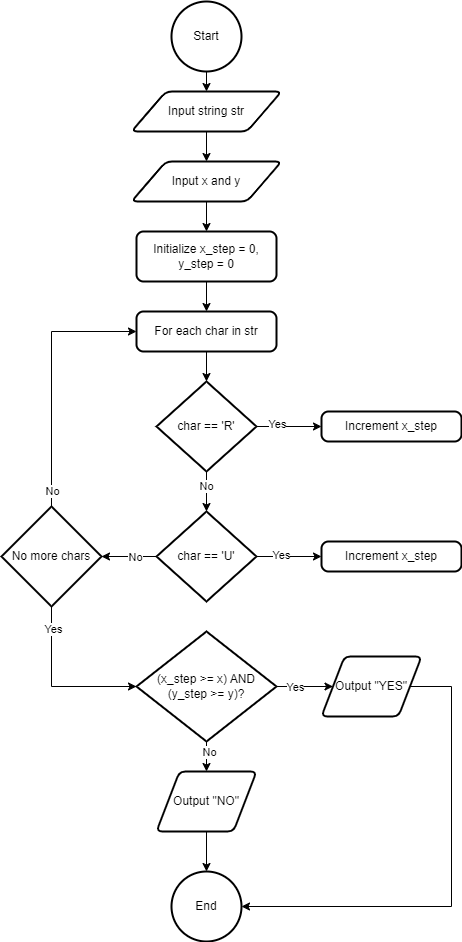
Earlier version of the draw.io export ai_12/olesia_kostak/epic_7/Flowcharts/Flowchart8.png (artificial-intelligence-department/ai_programming_playground_2024). Source tidied: cells renumbered, new cells last; positions are measured from the earlier drawing's top-left corner, leaving out a move shared by most shapes. Source of this version:
```xml
<mxGraphModel>
  <root>
    <mxCell id="0" />
    <mxCell id="1" parent="0" />
    <mxCell id="2" style="edgeStyle=orthogonalEdgeStyle;rounded=0;jettySize=auto;html=1;exitX=0.5;exitY=1;exitDx=0;exitDy=0;exitPerimeter=0;entryX=0.5;entryY=0;entryDx=0;entryDy=0;" parent="1" edge="1" source="3" target="6">
      <mxGeometry relative="1" as="geometry" />
    </mxCell>
    <mxCell id="3" value="Start" style="strokeWidth=2;html=1;shape=mxgraph.flowchart.start_2;whiteSpace=wrap;" parent="1" vertex="1">
      <mxGeometry x="170" width="70" height="70" as="geometry" />
    </mxCell>
    <mxCell id="4" value="End" style="strokeWidth=2;html=1;shape=mxgraph.flowchart.start_2;whiteSpace=wrap;" parent="1" vertex="1">
      <mxGeometry x="170" y="870" width="70" height="70" as="geometry" />
    </mxCell>
    <mxCell id="5" style="edgeStyle=orthogonalEdgeStyle;rounded=0;jettySize=auto;html=1;exitX=0.5;exitY=1;exitDx=0;exitDy=0;entryX=0.5;entryY=0;entryDx=0;entryDy=0;" parent="1" edge="1" source="6" target="8">
      <mxGeometry relative="1" as="geometry" />
    </mxCell>
    <mxCell id="6" value="Input string str" style="shape=parallelogram;html=1;strokeWidth=2;perimeter=parallelogramPerimeter;whiteSpace=wrap;rounded=1;arcSize=12;size=0.23;" parent="1" vertex="1">
      <mxGeometry x="130" y="90" width="150" height="40" as="geometry" />
    </mxCell>
    <mxCell id="7" style="edgeStyle=orthogonalEdgeStyle;rounded=0;jettySize=auto;html=1;exitX=0.5;exitY=1;exitDx=0;exitDy=0;" parent="1" edge="1" source="8" target="10">
      <mxGeometry relative="1" as="geometry" />
    </mxCell>
    <mxCell id="8" value="Input x and y" style="shape=parallelogram;html=1;strokeWidth=2;perimeter=parallelogramPerimeter;whiteSpace=wrap;rounded=1;arcSize=12;size=0.23;" parent="1" vertex="1">
      <mxGeometry x="130" y="160" width="150" height="40" as="geometry" />
    </mxCell>
    <mxCell id="9" style="edgeStyle=orthogonalEdgeStyle;rounded=0;jettySize=auto;html=1;exitX=0.5;exitY=1;exitDx=0;exitDy=0;entryX=0.5;entryY=0;entryDx=0;entryDy=0;" parent="1" edge="1" source="10" target="12">
      <mxGeometry relative="1" as="geometry" />
    </mxCell>
    <mxCell id="10" value="Initialize x_step = 0, y_step = 0" style="rounded=1;whiteSpace=wrap;html=1;absoluteArcSize=1;arcSize=14;strokeWidth=2;" parent="1" vertex="1">
      <mxGeometry x="135" y="230" width="140" height="50" as="geometry" />
    </mxCell>
    <mxCell id="11" style="edgeStyle=orthogonalEdgeStyle;rounded=0;jettySize=auto;html=1;exitX=0.5;exitY=1;exitDx=0;exitDy=0;" parent="1" edge="1" source="12" target="15">
      <mxGeometry relative="1" as="geometry" />
    </mxCell>
    <mxCell id="12" value="For each char in str" style="rounded=1;whiteSpace=wrap;html=1;absoluteArcSize=1;arcSize=14;strokeWidth=2;" parent="1" vertex="1">
      <mxGeometry x="135" y="310" width="140" height="40" as="geometry" />
    </mxCell>
    <mxCell id="13" style="edgeStyle=orthogonalEdgeStyle;rounded=0;jettySize=auto;html=1;exitX=1;exitY=0.5;exitDx=0;exitDy=0;exitPerimeter=0;entryX=0;entryY=0.5;entryDx=0;entryDy=0;" parent="1" edge="1" source="15" target="16">
      <mxGeometry relative="1" as="geometry" />
    </mxCell>
    <mxCell id="14" value="Yes" style="edgeLabel;html=1;align=center;verticalAlign=middle;" parent="13" vertex="1">
      <mxGeometry x="-0.36" y="3" relative="1" as="geometry" />
    </mxCell>
    <mxCell id="15" value="char == 'R'" style="strokeWidth=2;html=1;shape=mxgraph.flowchart.decision;whiteSpace=wrap;" parent="1" vertex="1">
      <mxGeometry x="155" y="380" width="100" height="90" as="geometry" />
    </mxCell>
    <mxCell id="16" value="Increment x_step" style="rounded=1;whiteSpace=wrap;html=1;absoluteArcSize=1;arcSize=14;strokeWidth=2;" parent="1" vertex="1">
      <mxGeometry x="320" y="410" width="140" height="30" as="geometry" />
    </mxCell>
    <mxCell id="17" style="edgeStyle=orthogonalEdgeStyle;rounded=0;jettySize=auto;html=1;exitX=1;exitY=0.5;exitDx=0;exitDy=0;exitPerimeter=0;entryX=0;entryY=0.5;entryDx=0;entryDy=0;" parent="1" edge="1" source="19" target="22">
      <mxGeometry relative="1" as="geometry" />
    </mxCell>
    <mxCell id="18" value="Yes" style="edgeLabel;html=1;align=center;verticalAlign=middle;" parent="17" vertex="1">
      <mxGeometry x="-0.27" y="2" relative="1" as="geometry" />
    </mxCell>
    <mxCell id="19" value="char == 'U'" style="strokeWidth=2;html=1;shape=mxgraph.flowchart.decision;whiteSpace=wrap;" parent="1" vertex="1">
      <mxGeometry x="155" y="510" width="100" height="90" as="geometry" />
    </mxCell>
    <mxCell id="20" style="edgeStyle=orthogonalEdgeStyle;rounded=0;jettySize=auto;html=1;exitX=0.5;exitY=1;exitDx=0;exitDy=0;exitPerimeter=0;entryX=0.5;entryY=0;entryDx=0;entryDy=0;entryPerimeter=0;" parent="1" edge="1" source="15" target="19">
      <mxGeometry relative="1" as="geometry" />
    </mxCell>
    <mxCell id="21" value="No" style="edgeLabel;html=1;align=center;verticalAlign=middle;" parent="20" vertex="1">
      <mxGeometry x="-0.27" y="-1" relative="1" as="geometry" />
    </mxCell>
    <mxCell id="22" value="Increment x_step" style="rounded=1;whiteSpace=wrap;html=1;absoluteArcSize=1;arcSize=14;strokeWidth=2;" parent="1" vertex="1">
      <mxGeometry x="320" y="540" width="140" height="30" as="geometry" />
    </mxCell>
    <mxCell id="23" style="edgeStyle=orthogonalEdgeStyle;rounded=0;jettySize=auto;html=1;exitX=0.5;exitY=0;exitDx=0;exitDy=0;exitPerimeter=0;entryX=0;entryY=0.5;entryDx=0;entryDy=0;" parent="1" edge="1" source="25" target="12">
      <mxGeometry relative="1" as="geometry" />
    </mxCell>
    <mxCell id="24" value="No" style="edgeLabel;html=1;align=center;verticalAlign=middle;" parent="23" vertex="1">
      <mxGeometry x="-0.87" relative="1" as="geometry" />
    </mxCell>
    <mxCell id="25" value="No more chars" style="strokeWidth=2;html=1;shape=mxgraph.flowchart.decision;whiteSpace=wrap;" parent="1" vertex="1">
      <mxGeometry y="505" width="100" height="100" as="geometry" />
    </mxCell>
    <mxCell id="26" style="edgeStyle=orthogonalEdgeStyle;rounded=0;jettySize=auto;html=1;exitX=0;exitY=0.5;exitDx=0;exitDy=0;exitPerimeter=0;entryX=1;entryY=0.5;entryDx=0;entryDy=0;entryPerimeter=0;" parent="1" edge="1" source="19" target="25">
      <mxGeometry relative="1" as="geometry" />
    </mxCell>
    <mxCell id="27" value="No" style="edgeLabel;html=1;align=center;verticalAlign=middle;" parent="26" vertex="1">
      <mxGeometry x="-0.22" relative="1" as="geometry" />
    </mxCell>
    <mxCell id="28" style="edgeStyle=orthogonalEdgeStyle;rounded=0;jettySize=auto;html=1;exitX=1;exitY=0.5;exitDx=0;exitDy=0;exitPerimeter=0;entryX=0;entryY=0.5;entryDx=0;entryDy=0;" parent="1" edge="1" source="32" target="35">
      <mxGeometry relative="1" as="geometry" />
    </mxCell>
    <mxCell id="29" value="Yes" style="edgeLabel;html=1;align=center;verticalAlign=middle;" parent="28" vertex="1">
      <mxGeometry x="-0.38" y="-4" relative="1" as="geometry">
        <mxPoint y="-4" as="offset" />
      </mxGeometry>
    </mxCell>
    <mxCell id="30" style="edgeStyle=orthogonalEdgeStyle;rounded=0;jettySize=auto;html=1;exitX=0.5;exitY=1;exitDx=0;exitDy=0;exitPerimeter=0;entryX=0.5;entryY=0;entryDx=0;entryDy=0;" parent="1" edge="1" source="32" target="36">
      <mxGeometry relative="1" as="geometry" />
    </mxCell>
    <mxCell id="31" value="No" style="edgeLabel;html=1;align=center;verticalAlign=middle;" parent="30" vertex="1">
      <mxGeometry x="-0.28" y="2" relative="1" as="geometry" />
    </mxCell>
    <mxCell id="32" value="(x_step &amp;gt;= x) AND (y_step &amp;gt;= y)?" style="strokeWidth=2;html=1;shape=mxgraph.flowchart.decision;whiteSpace=wrap;" parent="1" vertex="1">
      <mxGeometry x="135" y="630" width="140" height="110" as="geometry" />
    </mxCell>
    <mxCell id="33" style="edgeStyle=orthogonalEdgeStyle;rounded=0;jettySize=auto;html=1;exitX=0.5;exitY=1;exitDx=0;exitDy=0;exitPerimeter=0;entryX=0;entryY=0.5;entryDx=0;entryDy=0;entryPerimeter=0;" parent="1" edge="1" source="25" target="32">
      <mxGeometry relative="1" as="geometry" />
    </mxCell>
    <mxCell id="34" value="Yes" style="edgeLabel;html=1;align=center;verticalAlign=middle;" parent="33" vertex="1">
      <mxGeometry x="-0.74" y="1" relative="1" as="geometry" />
    </mxCell>
    <mxCell id="35" value="Output &quot;YES&quot;" style="shape=parallelogram;html=1;strokeWidth=2;perimeter=parallelogramPerimeter;whiteSpace=wrap;rounded=1;arcSize=12;size=0.23;" parent="1" vertex="1">
      <mxGeometry x="320" y="655" width="100" height="60" as="geometry" />
    </mxCell>
    <mxCell id="36" value="Output &quot;NO&quot;" style="shape=parallelogram;html=1;strokeWidth=2;perimeter=parallelogramPerimeter;whiteSpace=wrap;rounded=1;arcSize=12;size=0.23;" parent="1" vertex="1">
      <mxGeometry x="155" y="770" width="100" height="60" as="geometry" />
    </mxCell>
    <mxCell id="37" style="edgeStyle=orthogonalEdgeStyle;rounded=0;jettySize=auto;html=1;exitX=0.5;exitY=1;exitDx=0;exitDy=0;entryX=0.5;entryY=0;entryDx=0;entryDy=0;entryPerimeter=0;" parent="1" edge="1" source="36" target="4">
      <mxGeometry relative="1" as="geometry" />
    </mxCell>
    <mxCell id="38" style="edgeStyle=orthogonalEdgeStyle;rounded=0;jettySize=auto;html=1;exitX=1;exitY=0.5;exitDx=0;exitDy=0;entryX=1;entryY=0.5;entryDx=0;entryDy=0;entryPerimeter=0;" parent="1" edge="1" source="35" target="4">
      <mxGeometry relative="1" as="geometry">
        <Array as="points">
          <mxPoint x="450" y="685" />
          <mxPoint x="450" y="905" />
        </Array>
      </mxGeometry>
    </mxCell>
  </root>
</mxGraphModel>
```
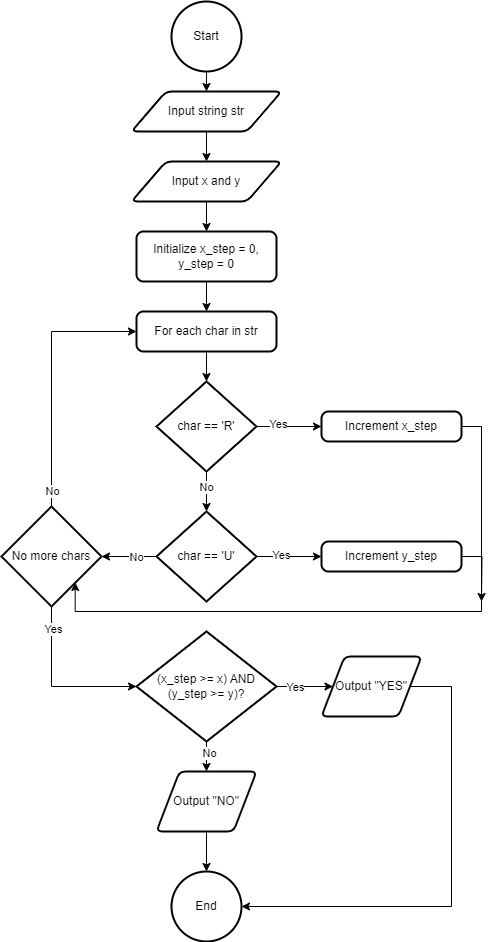
After the change.

Commit message:
Epic 7 - Olesia Kostak

Change to the diagram source:
```diff
@@ -62,7 +62,12 @@
     <mxCell id="21" value="No" style="edgeLabel;html=1;align=center;verticalAlign=middle;" parent="20" vertex="1">
       <mxGeometry x="-0.27" y="-1" relative="1" as="geometry" />
     </mxCell>
+    <mxCell id="39" style="edgeStyle=orthogonalEdgeStyle;rounded=0;jettySize=auto;html=1;exitX=1;exitY=0.5;exitDx=0;exitDy=0;" parent="1" edge="1" source="22">
+      <mxGeometry relative="1" as="geometry">
+        <mxPoint x="480" y="600" as="targetPoint" />
+      </mxGeometry>
+    </mxCell>
-    <mxCell id="22" value="Increment x_step" style="rounded=1;whiteSpace=wrap;html=1;absoluteArcSize=1;arcSize=14;strokeWidth=2;" parent="1" vertex="1">
+    <mxCell id="22" value="Increment y_step" style="rounded=1;whiteSpace=wrap;html=1;absoluteArcSize=1;arcSize=14;strokeWidth=2;" parent="1" vertex="1">
       <mxGeometry x="320" y="540" width="140" height="30" as="geometry" />
     </mxCell>
     <mxCell id="23" style="edgeStyle=orthogonalEdgeStyle;rounded=0;jettySize=auto;html=1;exitX=0.5;exitY=0;exitDx=0;exitDy=0;exitPerimeter=0;entryX=0;entryY=0.5;entryDx=0;entryDy=0;" parent="1" edge="1" source="25" target="12">
@@ -120,5 +125,14 @@
         </Array>
       </mxGeometry>
     </mxCell>
+    <mxCell id="40" style="edgeStyle=orthogonalEdgeStyle;rounded=0;jettySize=auto;html=1;exitX=1;exitY=0.5;exitDx=0;exitDy=0;entryX=0.737;entryY=0.76;entryDx=0;entryDy=0;entryPerimeter=0;" parent="1" edge="1" source="16" target="25">
+      <mxGeometry relative="1" as="geometry">
+        <Array as="points">
+          <mxPoint x="480" y="425" />
+          <mxPoint x="480" y="610" />
+          <mxPoint x="74" y="610" />
+        </Array>
+      </mxGeometry>
+    </mxCell>
   </root>
 </mxGraphModel>
```
